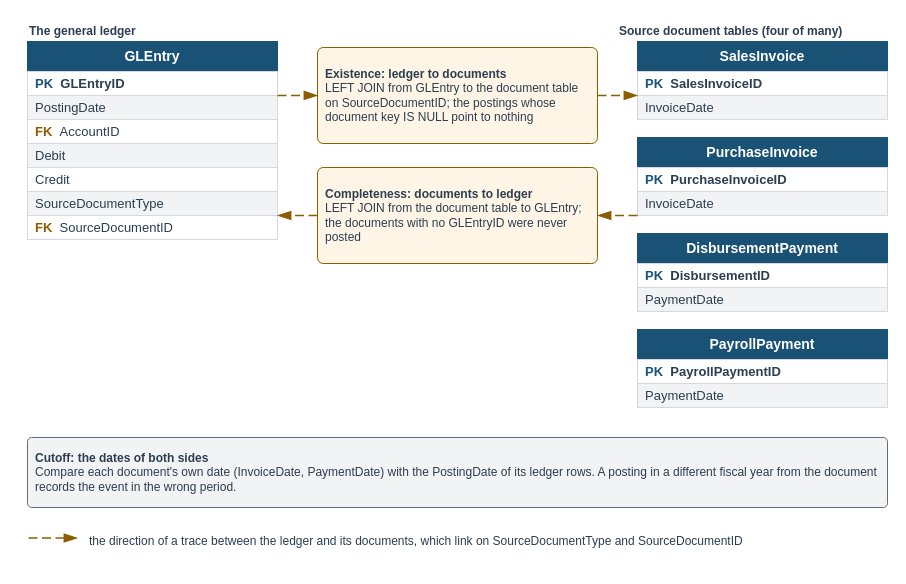
mmcodesso/Accounting_Analytics_Book keeps this draw.io diagram as visuals/src/fig-12-01-two-way-trace.drawio. Above is the earlier version. Source tidied: cells renumbered, new cells numbered last; positions are measured from the earlier drawing's top-left corner, leaving out a move shared by most shapes. Both pictures are drawn from the tidied source at 100%, with x=0, y=0 at pixel (27, 17).
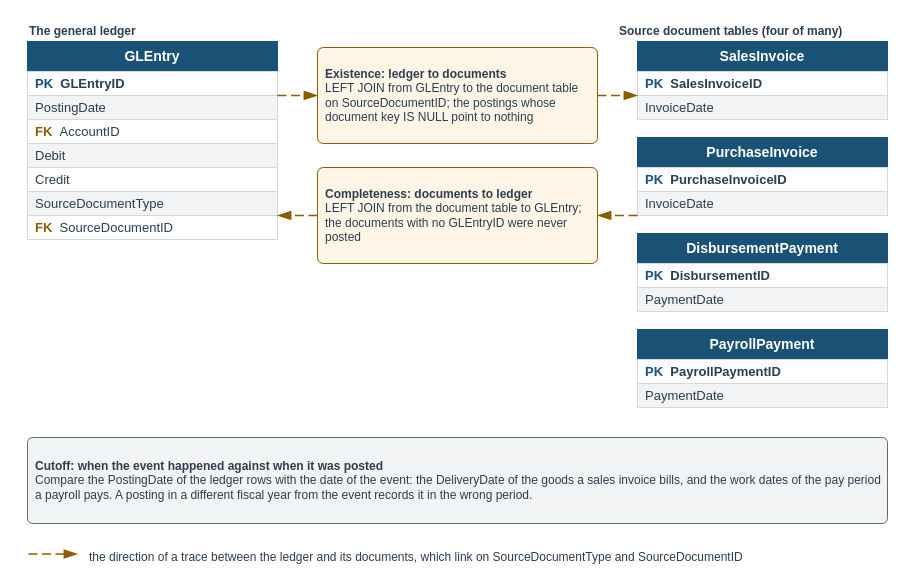
After the change.

Diff of the diagram source:
```diff
@@
     <mxCell id="2" style="rounded=0;html=1;fillColor=none;strokeColor=none;" parent="1" vertex="1">
-      <mxGeometry width="860" height="534" as="geometry" />
+      <mxGeometry width="860" height="550" as="geometry" />
     </mxCell>
@@
-    <mxCell id="37" value="&lt;b&gt;Cutoff: the dates of both sides&lt;/b&gt;&lt;br&gt;Compare each document's own date (InvoiceDate, PaymentDate) with the PostingDate of its ledger rows. A posting in a different fiscal year from the document records the event in the wrong period." style="rounded=1;arcSize=6;whiteSpace=wrap;html=1;fillColor=#F2F3F4;strokeColor=#5D6D7E;strokeWidth=1;fontColor=#2C3E50;fontSize=12;fontStyle=0;align=left;verticalAlign=middle;fontFamily=Helvetica;spacingLeft=6;spacingRight=6;" parent="1" vertex="1">
-      <mxGeometry y="420" width="860" height="70" as="geometry" />
+    <mxCell id="37" value="&lt;b&gt;Cutoff: when the event happened against when it was posted&lt;/b&gt;&lt;br&gt;Compare the PostingDate of the ledger rows with the date of the event: the DeliveryDate of the goods a sales invoice bills, and the work dates of the pay period a payroll pays. A posting in a different fiscal year from the event records it in the wrong period." style="rounded=1;arcSize=6;whiteSpace=wrap;html=1;fillColor=#F2F3F4;strokeColor=#5D6D7E;strokeWidth=1;fontColor=#2C3E50;fontSize=12;fontStyle=0;align=left;verticalAlign=middle;fontFamily=Helvetica;spacingLeft=6;spacingRight=6;" parent="1" vertex="1">
+      <mxGeometry y="420" width="860" height="86" as="geometry" />
     </mxCell>
     <mxCell id="38" style="text;html=1;strokeColor=none;fillColor=none;" parent="1" vertex="1">
-      <mxGeometry y="520" width="1" height="1" as="geometry" />
+      <mxGeometry y="536" width="1" height="1" as="geometry" />
     </mxCell>
     <mxCell id="39" style="text;html=1;strokeColor=none;fillColor=none;" parent="1" vertex="1">
-      <mxGeometry x="50" y="520" width="1" height="1" as="geometry" />
+      <mxGeometry x="50" y="536" width="1" height="1" as="geometry" />
     </mxCell>
@@
     <mxCell id="41" value="the direction of a trace between the ledger and its documents, which link on SourceDocumentType and SourceDocumentID" style="text;html=1;whiteSpace=wrap;align=left;verticalAlign=top;fontSize=12;fontColor=#2C3E50;fontStyle=0;fontFamily=Helvetica;spacing=2;fillColor=none;strokeColor=none;" parent="1" vertex="1">
-      <mxGeometry x="60" y="510" width="800" height="22" as="geometry" />
+      <mxGeometry x="60" y="526" width="800" height="22" as="geometry" />
     </mxCell>
```
